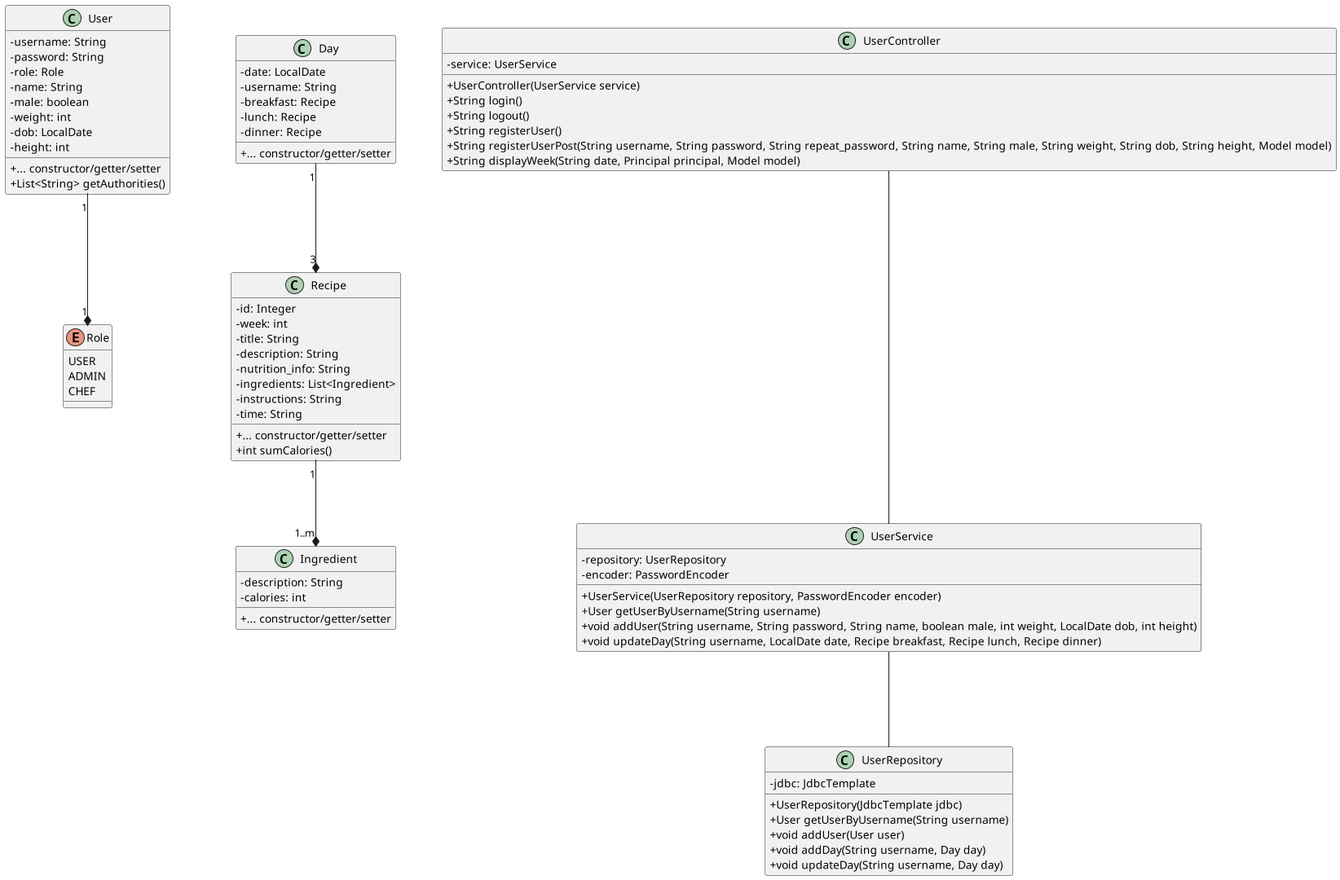
Before: diagram/class-diagram.png, a diagram exported from PlantUML (sofush/kostplan).
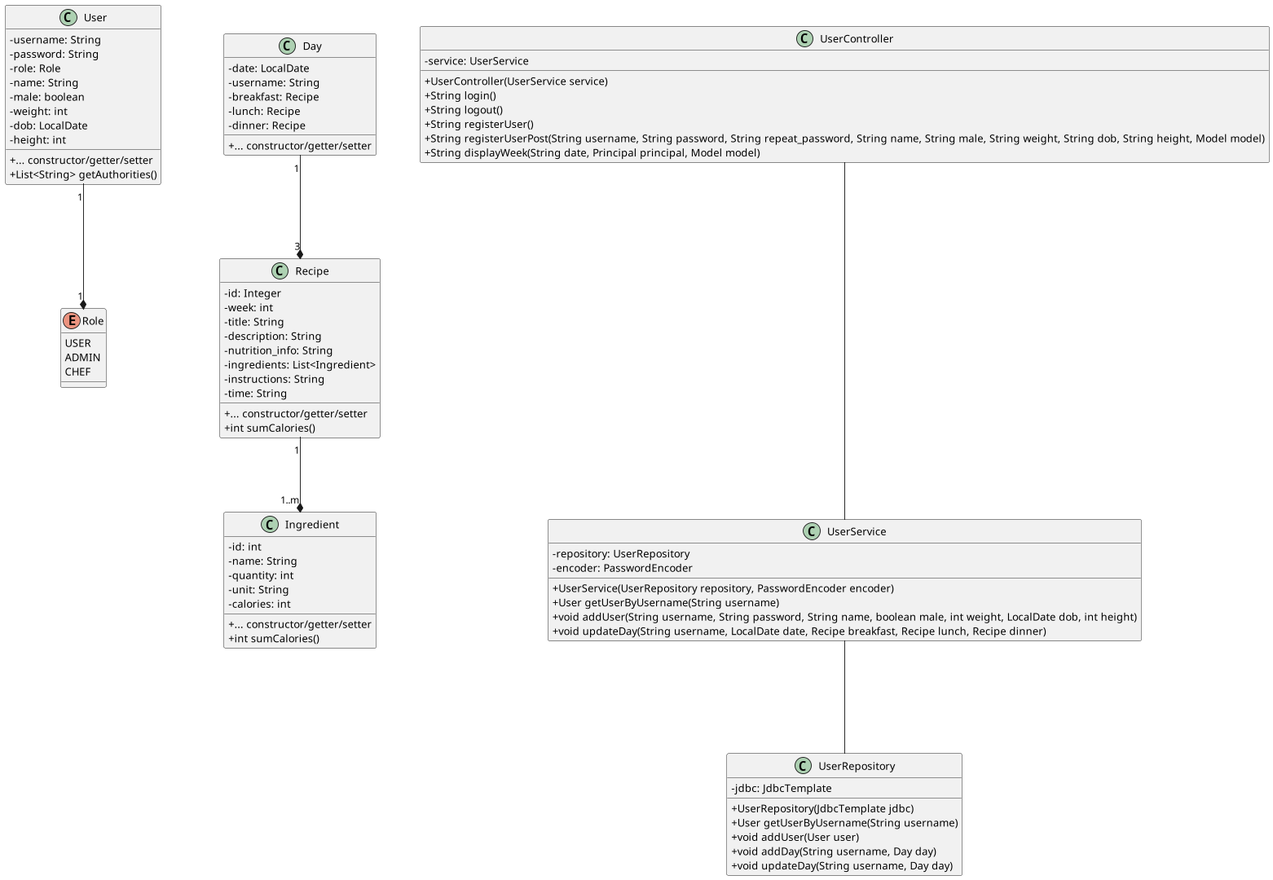
The same file after the commit.

What changed in the source:
```diff
@@ -39,9 +39,13 @@
 	+ int sumCalories()
 }
 class Ingredient {
-	- description: String
+	- id: int
+	- name: String
+	- quantity: int
+	- unit: String
 	- calories: int
 	{method} + ... constructor/getter/setter
+	+ int sumCalories()
 }
 class UserController {
 	- service: UserService
```
